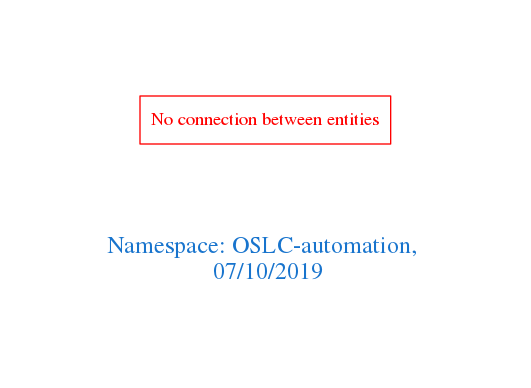
Above: downloads/OSLC-automation.png in arago/OGIT (Graphviz), before the change. Its source is kept beside it as downloads/OSLC-automation.dot.
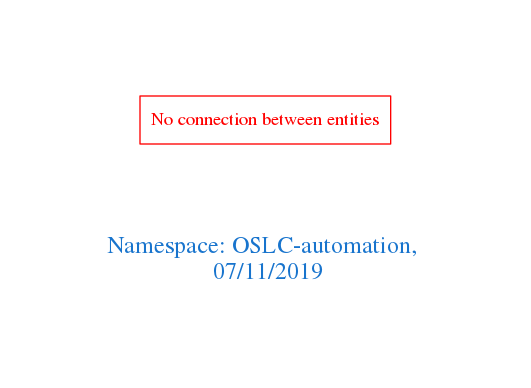
The same file after the commit.

Change to the diagram source:
```diff
@@ -1,7 +1,7 @@
 digraph OGIT_ontology {
  graph [ rankdir= LR,pad=1
 fontsize = 18,
-fontcolor= dodgerblue3,label = "\n\n\nNamespace: OSLC-automation, \n 07/10/2019"];
+fontcolor= dodgerblue3,label = "\n\n\nNamespace: OSLC-automation, \n 07/11/2019"];
 node[shape=polygon];
 edge [  color="gray81"];
 
```
